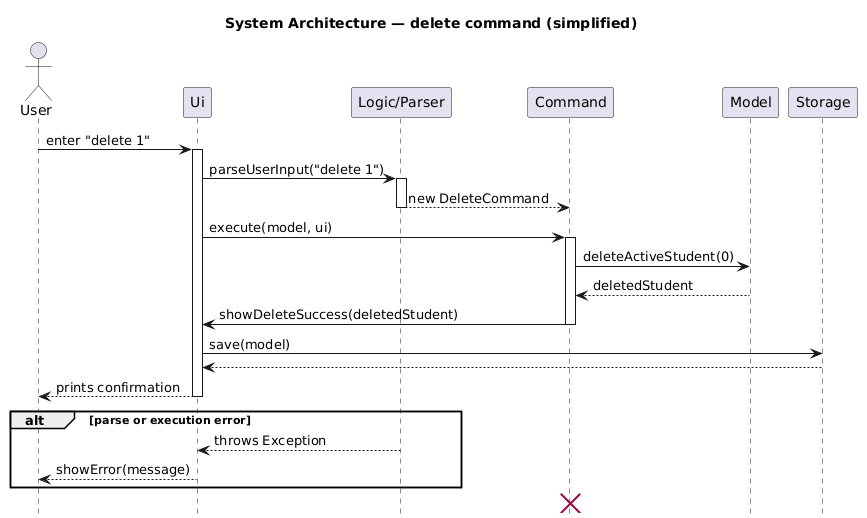
Above: docs/images/ArchitectureSequenceDiagram.png in gabriel-550/tp (PlantUML), before the change.
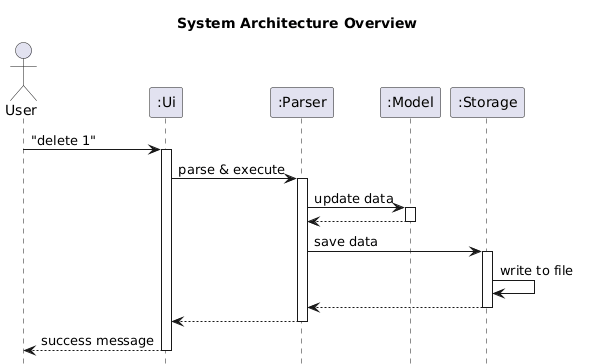
After the change.

Commit message:
Update existing sequence diagrams for DG

The edit, as a diff of the source:
```diff
@@ -1,41 +1,34 @@
 @startuml
 hide footbox
-title System Architecture — delete command (simplified)
+skinparam shadowing false
+title System Architecture Overview
 
 actor User
-participant "Ui" as UI
-participant "Logic/Parser" as LOGIC
-participant "Command" as CMD
-participant "Model" as MODEL
-participant "Storage" as ST
+participant ":Ui" as UI
+participant ":Parser" as LOGIC
+participant ":Model" as MODEL
+participant ":Storage" as ST
 
-User -> UI : enter "delete 1"
+User -> UI : "delete 1"
 activate UI
 
-UI -> LOGIC : parseUserInput("delete 1")
+UI -> LOGIC : parse & execute
 activate LOGIC
-LOGIC --> CMD : new DeleteCommand
+
+LOGIC -> MODEL : update data
+activate MODEL
+MODEL --> LOGIC
+deactivate MODEL
+
+LOGIC -> ST : save data
+activate ST
+ST -> ST : write to file
+ST --> LOGIC
+deactivate ST
+
+LOGIC --> UI
 deactivate LOGIC
 
-UI -> CMD : execute(model, ui)
-activate CMD
-
-CMD -> MODEL : deleteActiveStudent(0)
-MODEL --> CMD : deletedStudent
-
-CMD -> UI : showDeleteSuccess(deletedStudent)
-deactivate CMD
-
-UI -> ST : save(model)
-ST --> UI :
-
-UI --> User : prints confirmation
+UI --> User : success message
 deactivate UI
-
-alt parse or execution error
-    LOGIC --> UI : throws Exception
-    UI --> User : showError(message)
-end
-
-destroy CMD
 @enduml
```
